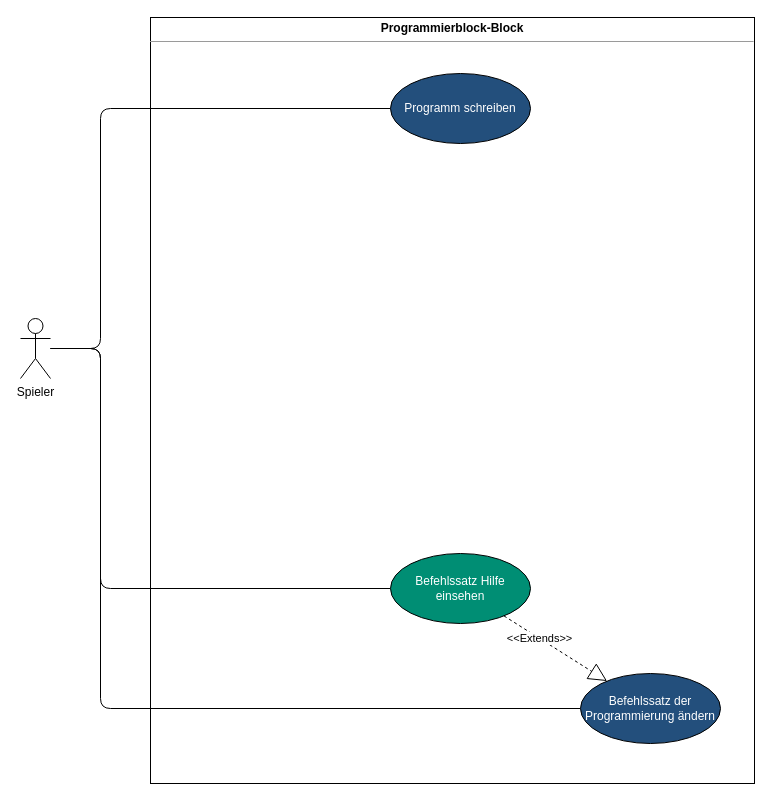
LundiNord/RISCJ-Diagramms keeps this draw.io diagram as Programmier-Block.drawio. Above is the earlier version. Source tidied: cells renumbered, new cells numbered last; positions are measured from the earlier drawing's top-left corner, leaving out a move shared by most shapes. Both pictures are drawn from the tidied source at 100%, with x=0, y=0 at pixel (20, 17).
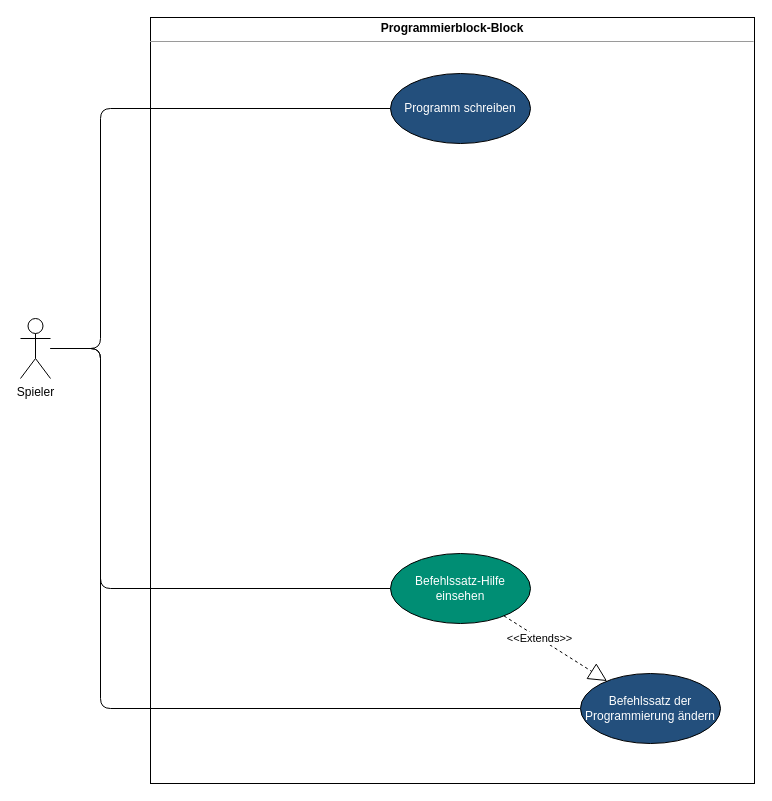
The same diagram, later.

Commit message:
Programmier-Block.drawio aktualisiert - bindestrich

Change to the diagram source:
```diff
@@
 <mxGraphModel>
   <root>
     <mxCell id="0" />
     <mxCell id="1" parent="0" />
     <mxCell id="2" value="&lt;p style=&quot;margin: 0px ; margin-top: 4px ; text-align: center&quot;&gt;&lt;b&gt;Programmierblock-Block&lt;/b&gt;&lt;/p&gt;&lt;hr size=&quot;1&quot;&gt;&lt;div style=&quot;height: 2px&quot;&gt;&lt;/div&gt;" style="verticalAlign=top;align=left;overflow=fill;fontSize=12;fontFamily=Helvetica;html=1;" parent="1" vertex="1">
       <mxGeometry x="130" width="604" height="766" as="geometry" />
     </mxCell>
     <mxCell id="3" style="edgeStyle=orthogonalEdgeStyle;rounded=1;jettySize=auto;html=1;endArrow=none;endFill=0;" parent="1" edge="1" source="5" target="9">
       <mxGeometry relative="1" as="geometry">
         <Array as="points">
           <mxPoint x="80" y="331" />
           <mxPoint x="80" y="571" />
         </Array>
       </mxGeometry>
     </mxCell>
     <mxCell id="4" style="edgeStyle=orthogonalEdgeStyle;rounded=1;jettySize=auto;html=1;endArrow=none;endFill=0;" parent="1" edge="1" source="5" target="8">
       <mxGeometry relative="1" as="geometry">
         <Array as="points">
           <mxPoint x="80" y="331" />
           <mxPoint x="80" y="691" />
         </Array>
       </mxGeometry>
     </mxCell>
     <mxCell id="5" value="Spieler" style="shape=umlActor;verticalLabelPosition=bottom;labelBackgroundColor=#ffffff;verticalAlign=top;html=1;outlineConnect=0;" parent="1" vertex="1">
       <mxGeometry y="301" width="30" height="60" as="geometry" />
     </mxCell>
     <mxCell id="6" style="edgeStyle=orthogonalEdgeStyle;rounded=1;jettySize=auto;html=1;endArrow=none;endFill=0;" parent="1" edge="1" source="7" target="5">
       <mxGeometry relative="1" as="geometry">
         <Array as="points">
           <mxPoint x="80" y="91" />
           <mxPoint x="80" y="331" />
         </Array>
       </mxGeometry>
     </mxCell>
     <mxCell id="7" value="Programm schreiben" style="ellipse;whiteSpace=wrap;html=1;fillColor=#234f7c;fontColor=#FFFFFF;" parent="1" vertex="1">
       <mxGeometry x="370" y="56" width="140" height="70" as="geometry" />
     </mxCell>
     <mxCell id="8" value="Befehlssatz der Programmierung ändern" style="ellipse;whiteSpace=wrap;html=1;fillColor=#234f7c;fontColor=#FFFFFF;" parent="1" vertex="1">
       <mxGeometry x="560" y="656" width="140" height="70" as="geometry" />
     </mxCell>
-    <mxCell id="9" value="Befehlssatz Hilfe einsehen" style="ellipse;whiteSpace=wrap;html=1;fillColor=#008e74;fontColor=#FFFFFF;" parent="1" vertex="1">
+    <mxCell id="9" value="Befehlssatz-Hilfe einsehen" style="ellipse;whiteSpace=wrap;html=1;fillColor=#008e74;fontColor=#FFFFFF;" parent="1" vertex="1">
       <mxGeometry x="370" y="536" width="140" height="70" as="geometry" />
     </mxCell>
     <mxCell id="10" value="&amp;lt;&amp;lt;Extends&lt;span style=&quot;color: rgb(0 , 0 , 0)&quot;&gt;&amp;gt;&amp;gt;&lt;/span&gt;" style="endArrow=block;endSize=16;endFill=0;html=1;dashed=1;" parent="1" edge="1" source="9" target="8">
       <mxGeometry x="-0.31" relative="1" as="geometry" />
     </mxCell>
   </root>
 </mxGraphModel>
```
